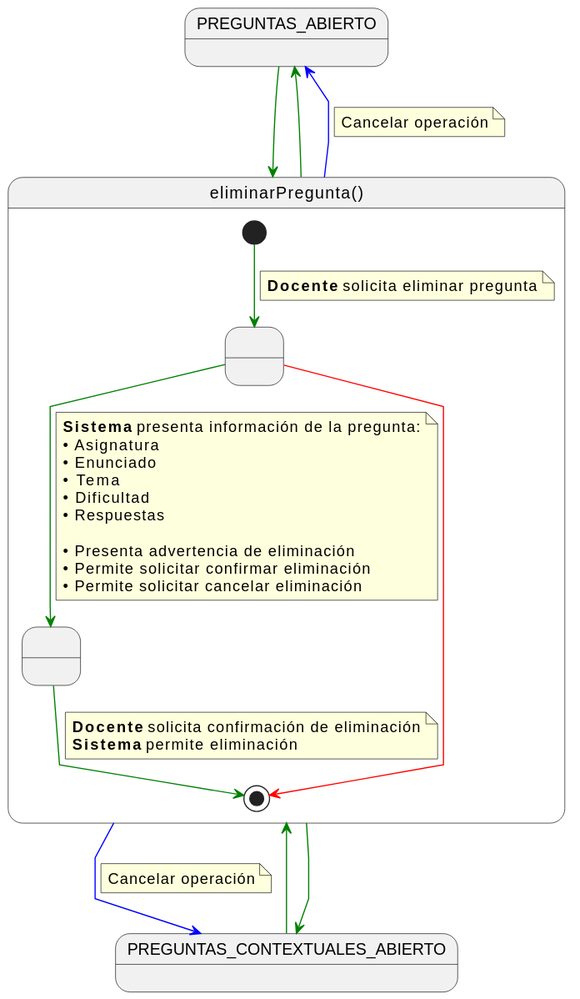
Above: documents/casos-de-uso/detalladoCasosDeUso/eliminarPregunta/eliminarPregunta.svg in martinlopez7/25-26-IdSw1-SdR (PlantUML), before the change.
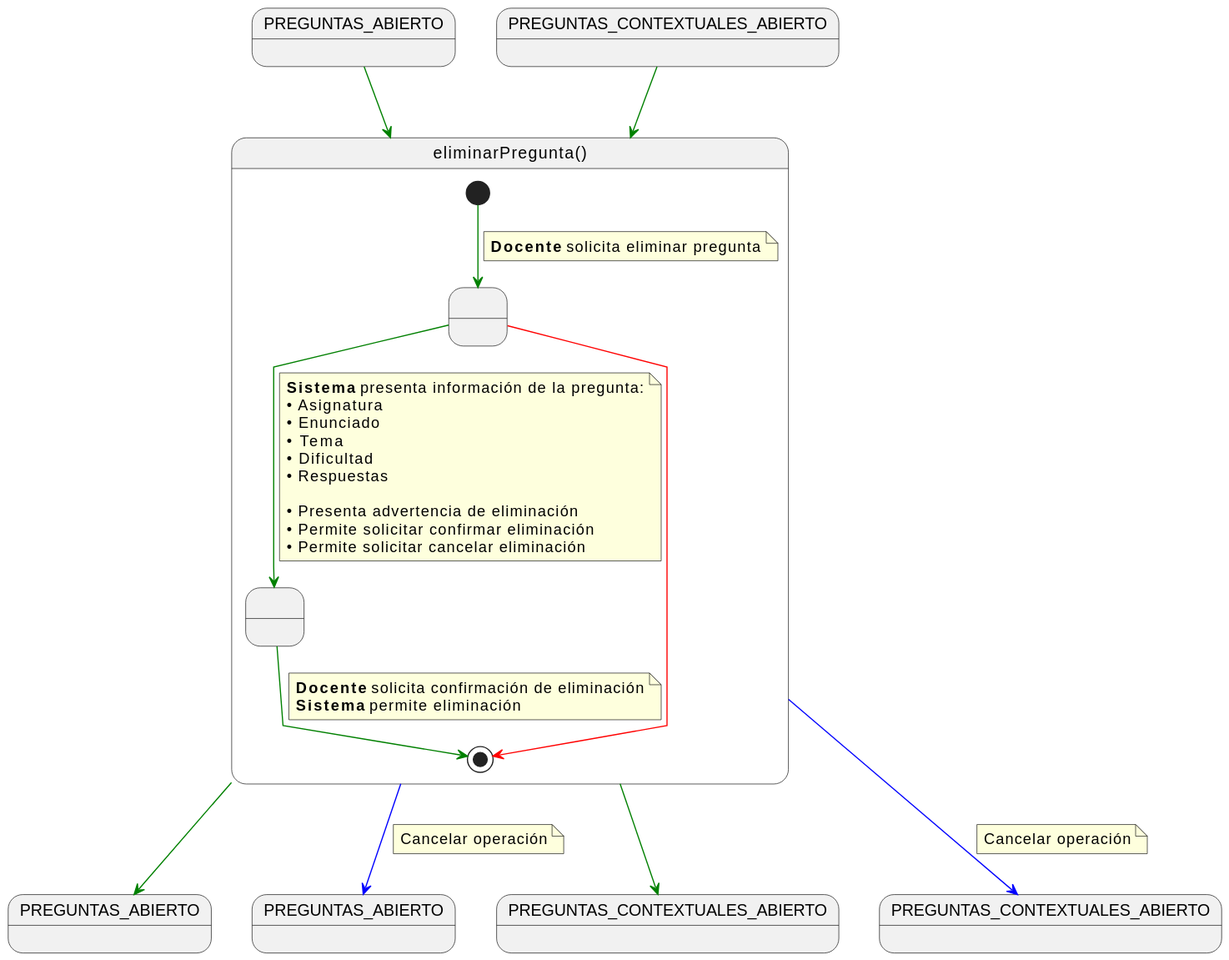
Above is the later version.

Change to the diagram source:
```diff
@@ -2,7 +2,11 @@
 skinparam linetype polyline
 
 state PREGUNTAS_ABIERTO
+state PREGUNTAS_ABIERTO2 as "PREGUNTAS_ABIERTO"
+state PREGUNTAS_ABIERTO3 as "PREGUNTAS_ABIERTO"
 state PREGUNTAS_CONTEXTUALES_ABIERTO
+state PREGUNTAS_CONTEXTUALES_ABIERTO2 as "PREGUNTAS_CONTEXTUALES_ABIERTO"
+state PREGUNTAS_CONTEXTUALES_ABIERTO3 as "PREGUNTAS_CONTEXTUALES_ABIERTO"
 
 PREGUNTAS_ABIERTO -[#green]-> eliminarPregunta
 PREGUNTAS_CONTEXTUALES_ABIERTO -[#green]-> eliminarPregunta
@@ -41,17 +45,17 @@
 }
 
 
-eliminarPregunta -[#green]-> PREGUNTAS_ABIERTO
+eliminarPregunta -[#green]-> PREGUNTAS_ABIERTO2
 
-eliminarPregunta -[#blue]-> PREGUNTAS_ABIERTO
+eliminarPregunta -[#blue]-> PREGUNTAS_ABIERTO3
 note on link
 Cancelar operación
 end note
 
 
-eliminarPregunta -[#green]-> PREGUNTAS_CONTEXTUALES_ABIERTO
+eliminarPregunta -[#green]-> PREGUNTAS_CONTEXTUALES_ABIERTO2
 
-eliminarPregunta -[#blue]-> PREGUNTAS_CONTEXTUALES_ABIERTO
+eliminarPregunta -[#blue]-> PREGUNTAS_CONTEXTUALES_ABIERTO3
 note on link
 Cancelar operación
 end note
```
